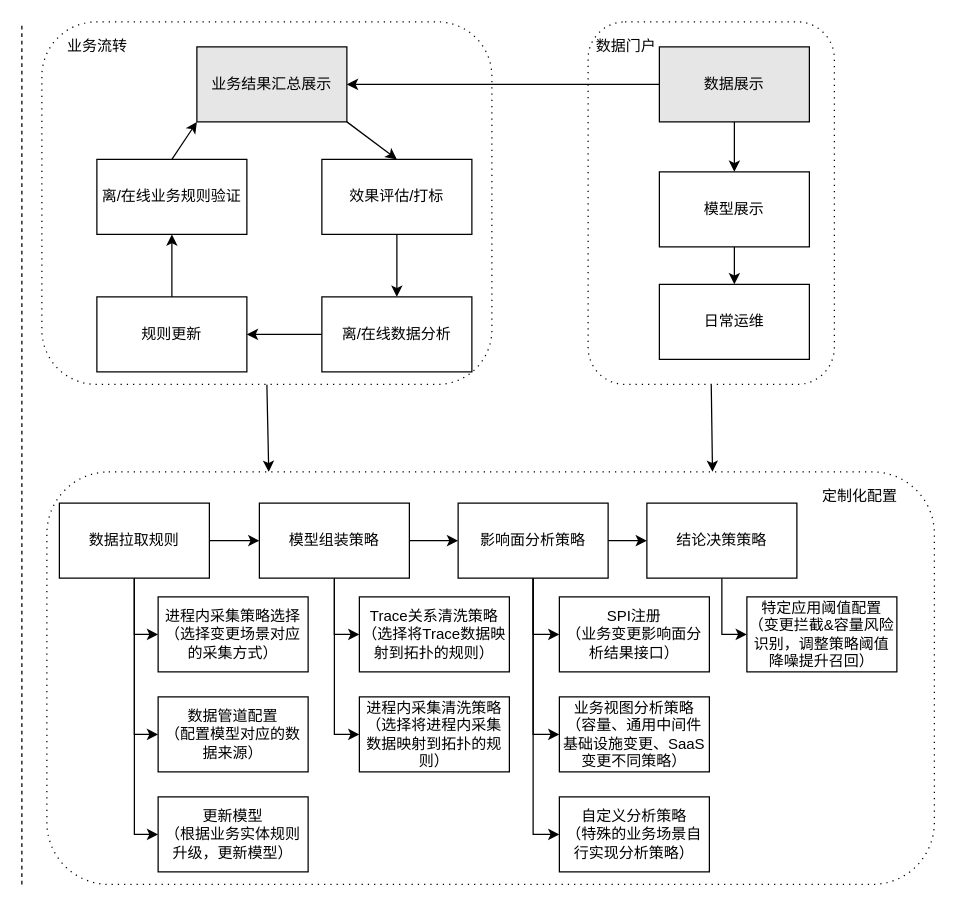
frankneu/draw.io keeps this draw.io diagram as 蚂蚁金服/RMC/RMC产品层-计算结论.drawio. Above is the earlier version. Source tidied: cells renumbered, new cells numbered last; positions are measured from the earlier drawing's top-left corner, leaving out a move shared by most shapes. Both pictures are drawn from the tidied source at 125%, with x=0, y=0 at pixel (21, 21).
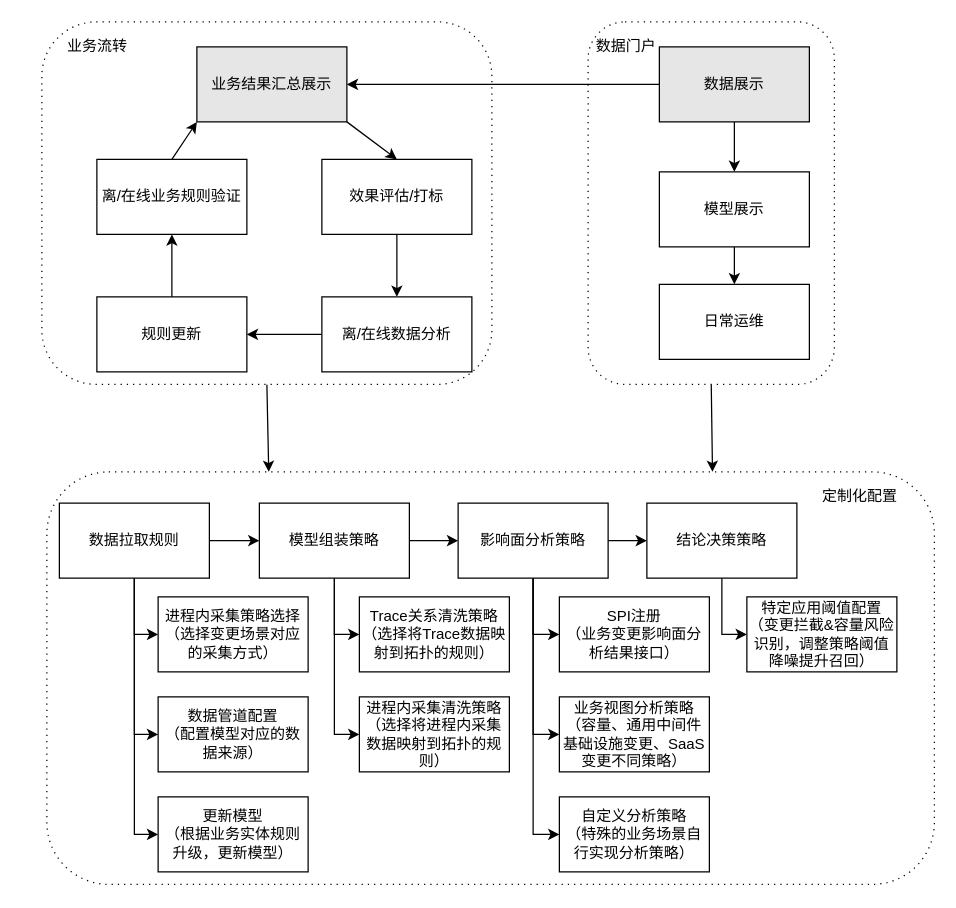
The same page after the edit.

Commit message:
Update RMC产品层-计算结论.drawio

Change to the diagram source:
```diff
@@
-    <mxCell id="7" style="endArrow=none;dashed=1;html=1;" parent="1" edge="1">
-      <mxGeometry relative="1" as="geometry">
-        <mxPoint y="690" as="sourcePoint" />
-        <mxPoint as="targetPoint" />
-      </mxGeometry>
-    </mxCell>
```
